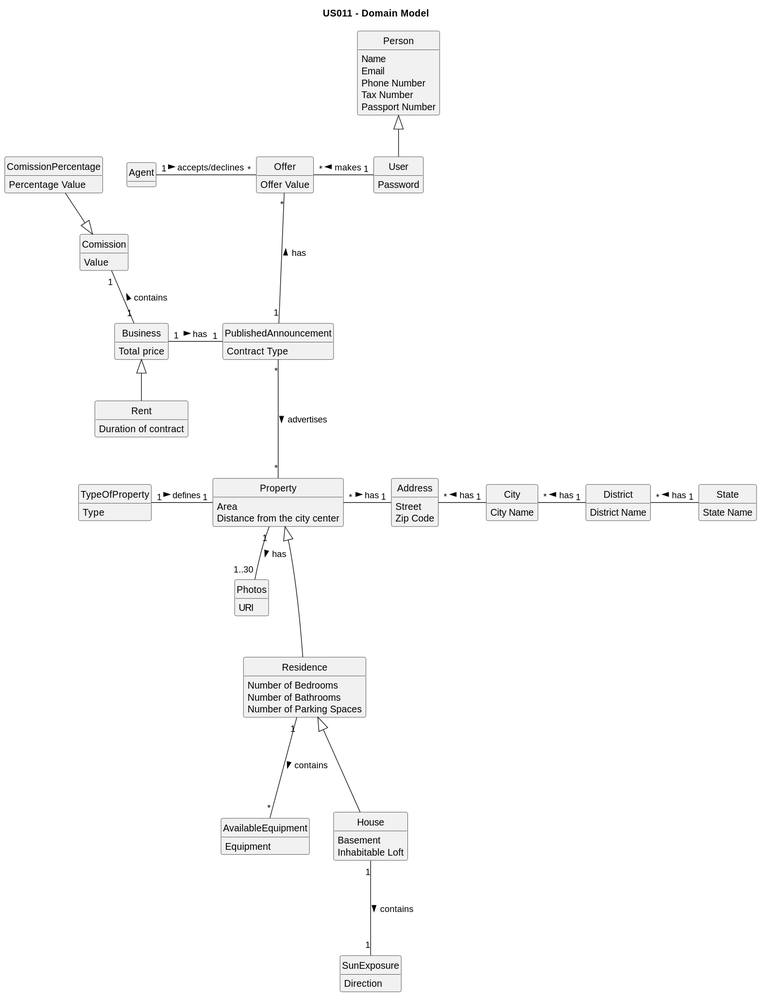
PureNimble/ISEP-LAPR2 keeps this PlantUML diagram as docs/sprintD/US11/02.analysis/svg/us011-domain-model.svg. Above is the earlier version. The source it was exported from:
```plantuml
@startuml

title US011 - Domain Model

skinparam groupInheritance 2
skinparam monochrome true
skinparam packageStyle rectangle
skinparam shadowing false
skinparam classAttributeIconSize 0
hide circle
hide methods

class PublishedAnnouncement {
    Contract Type
}

class Agent {

}

class Person{
Name
Email
Phone Number
Tax Number
Passport Number
}


class User{
Password
}

class Address {
Street
Zip Code
}

class AvailableEquipment {
Equipment
}


class Business {
Total price
}


class City {
City Name
}

class Comission {
Value
}

class ComissionPercentage {
Percentage Value
}


class District {
District Name
}


class House {
Basement
Inhabitable Loft
}


class Photos {
URI
}

class Property {
Area
Distance from the city center
}


class Rent {
Duration of contract
}


class Residence {
Number of Bedrooms
Number of Bathrooms
Number of Parking Spaces
}


class State {
State Name
}

class SunExposure {
Direction
}

class TypeOfProperty {
Type
}
class Offer{
    Offer Value
}


Business <|-- Rent

Comission "1" -- "1" Business : contains <
ComissionPercentage  --|> Comission

House "1" --- "1" SunExposure : contains >

Property <|--- Residence
Property "*" -right- "1" Address : has >
PublishedAnnouncement "1" -left- "1" Business : has <
Property "1" -- "1..30" Photos : has >
PublishedAnnouncement "*" --- "*" Property: advertises >

Residence "1" --- "*" AvailableEquipment : contains >
Residence <|--- House

District "1" -left- "*" City : has >
State "1" -left- "*" District : has >
City "1" -left- "*" Address : has >

TypeOfProperty "1" -right- "1" Property : defines >
Person <|-- User

User "1" -left "*" Offer : makes >
Agent "1" -right "*" Offer : accepts/declines >
PublishedAnnouncement "1"  -up-- "*" Offer : has >
@enduml
```
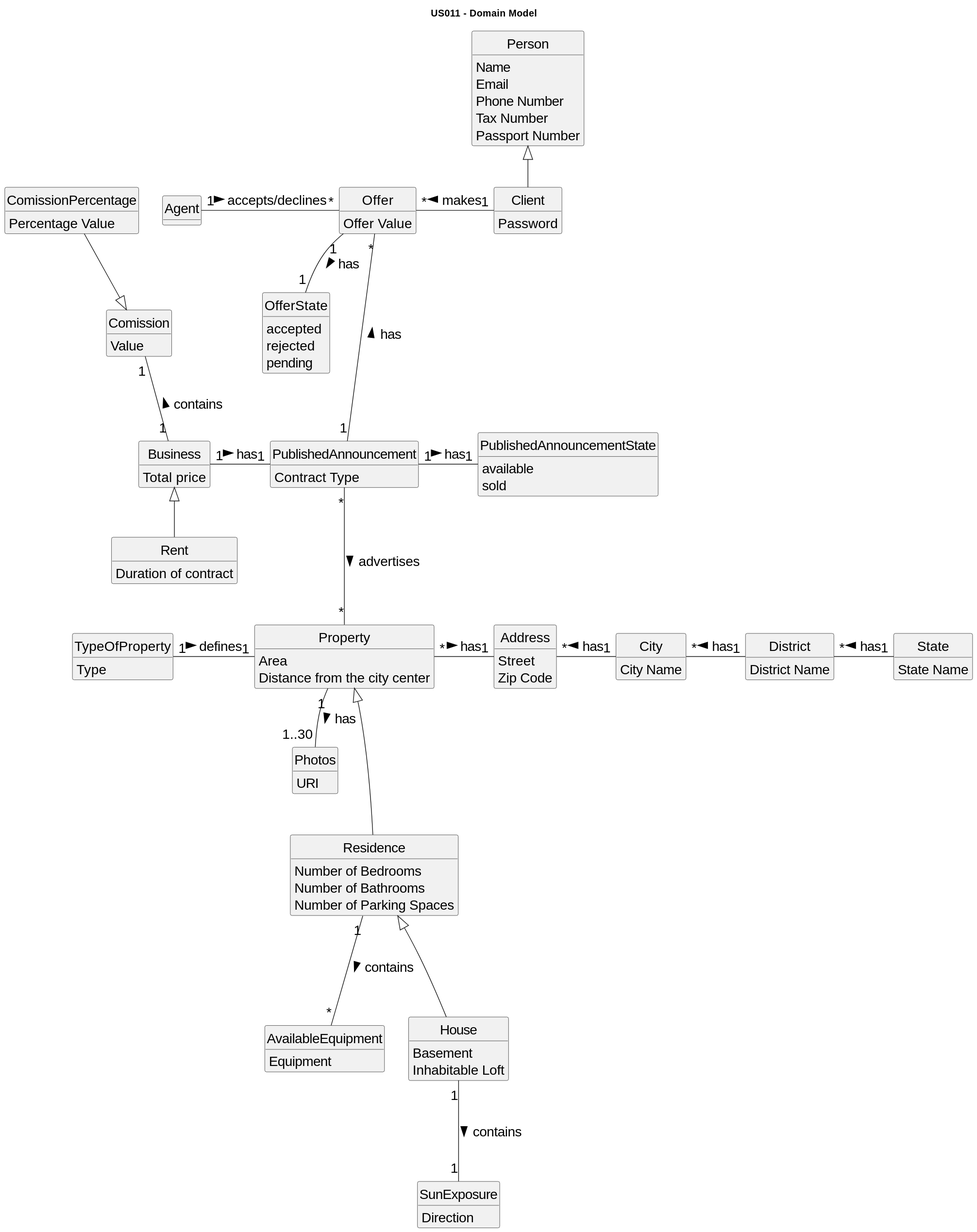
Later version of the same file.

Diff of the diagram source:
```diff
@@ -1,4 +1,5 @@
 @startuml
+skinparamlocked defaultFontSize 20
 
 title US011 - Domain Model
 
@@ -27,13 +28,24 @@
 }
 
 
-class User{
+class Client{
 Password
 }
 
 class Address {
 Street
 Zip Code
+}
+
+enum OfferState{
+    accepted
+    rejected
+    pending
+}
+
+enum PublishedAnnouncementState{
+    available
+    sold
 }
 
 class AvailableEquipment {
@@ -121,6 +133,7 @@
 Property "1" -- "1..30" Photos : has >
 PublishedAnnouncement "*" --- "*" Property: advertises >
 
+
 Residence "1" --- "*" AvailableEquipment : contains >
 Residence <|--- House
 
@@ -129,9 +142,13 @@
 City "1" -left- "*" Address : has >
 
 TypeOfProperty "1" -right- "1" Property : defines >
-Person <|-- User
+Person <|-- Client
 
-User "1" -left "*" Offer : makes >
+Offer "1" -- "1" OfferState : has >
+
+PublishedAnnouncement "1" -right- "1" PublishedAnnouncementState : has >
+
+Client "1" -left "*" Offer : makes >
 Agent "1" -right "*" Offer : accepts/declines >
 PublishedAnnouncement "1"  -up-- "*" Offer : has >
 @enduml
```
